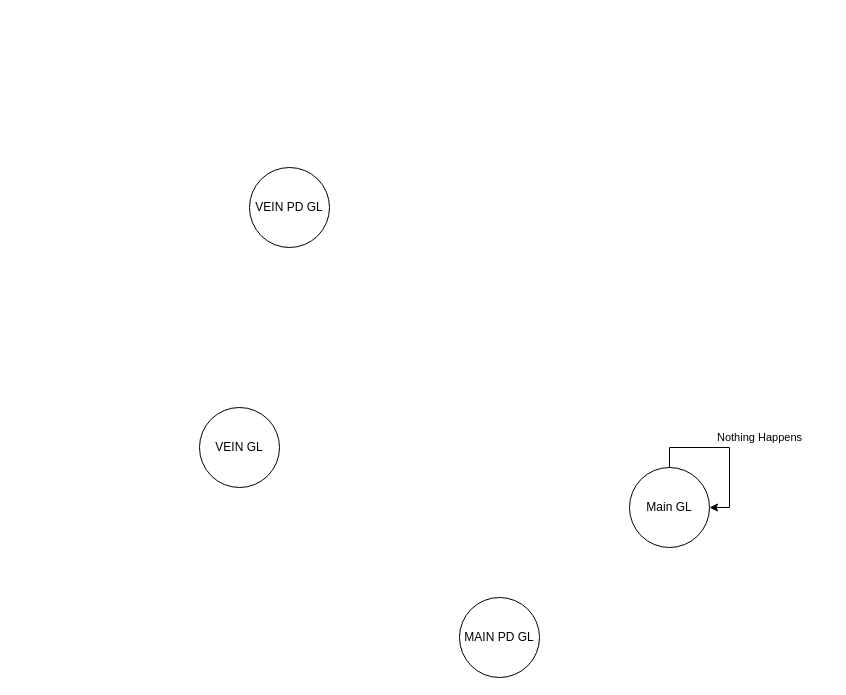
Above: traffic-light-fsm.drawio in grrizos/Traffic_light (draw.io), before the change. Source tidied: cells renumbered, new cells numbered last; positions are measured from the earlier drawing's top-left corner, leaving out a move shared by most shapes. Both pictures are drawn from the tidied source at 100%, with x=0, y=0 at pixel (199, 167).
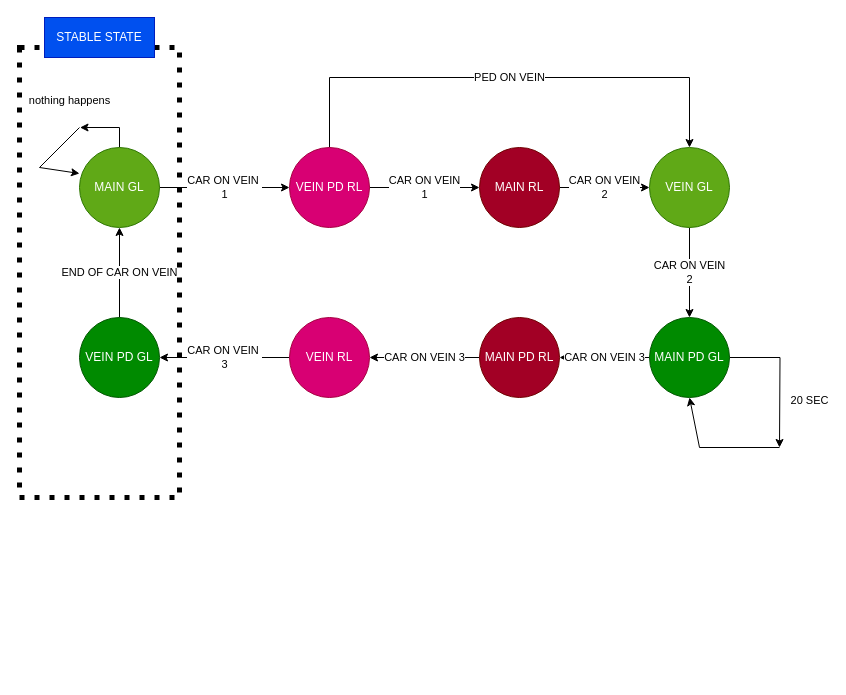
The same page after the edit.

Change to the diagram source:
```diff
@@
-<mxGraphModel>
+<mxGraphModel background="light-dark(#FFFFFF,#0D0B12)">
@@
+    <mxCell id="7" value="CAR ON VEIN&amp;nbsp;&lt;div&gt;1&lt;/div&gt;" style="edgeStyle=orthogonalEdgeStyle;rounded=0;jettySize=auto;html=1;entryX=0;entryY=0.5;entryDx=0;entryDy=0;" parent="1" edge="1" source="2" target="19">
+      <mxGeometry relative="1" as="geometry">
+        <Array as="points">
+          <mxPoint x="10" y="20" />
+          <mxPoint x="10" y="20" />
+        </Array>
+      </mxGeometry>
+    </mxCell>
+    <mxCell id="8" style="edgeStyle=orthogonalEdgeStyle;rounded=0;jettySize=auto;html=1;" parent="1" edge="1" source="2">
+      <mxGeometry relative="1" as="geometry">
+        <mxPoint x="-120" y="-40" as="targetPoint" />
+      </mxGeometry>
+    </mxCell>
-    <mxCell id="2" value="Main GL" style="ellipse;whiteSpace=wrap;html=1;rotation=0;" parent="1" vertex="1">
-      <mxGeometry x="430" y="300" width="80" height="80" as="geometry" />
+    <mxCell id="2" value="MAIN GL" style="ellipse;whiteSpace=wrap;html=1;rotation=0;fillColor=#60a917;fontColor=#ffffff;strokeColor=#2D7600;" parent="1" vertex="1">
+      <mxGeometry x="-120" y="-20" width="80" height="80" as="geometry" />
     </mxCell>
-    <mxCell id="3" value="Nothing Happens" style="edgeStyle=orthogonalEdgeStyle;rounded=0;orthogonalLoop=1;jettySize=auto;html=1;entryX=1;entryY=0.5;entryDx=0;entryDy=0;" parent="1" edge="1" source="2" target="2">
-      <mxGeometry y="32" relative="1" as="geometry">
-        <mxPoint x="-2" y="-10" as="offset" />
-      </mxGeometry>
-    </mxCell>
+    <mxCell id="9" value="CAR ON VEIN&lt;div&gt;2&lt;/div&gt;" style="edgeStyle=orthogonalEdgeStyle;rounded=0;jettySize=auto;html=1;" parent="1" edge="1" source="4" target="6">
+      <mxGeometry relative="1" as="geometry" />
+    </mxCell>
-    <mxCell id="4" value="VEIN GL" style="ellipse;whiteSpace=wrap;html=1;" parent="1" vertex="1">
-      <mxGeometry y="240" width="80" height="80" as="geometry" />
+    <mxCell id="4" value="VEIN GL" style="ellipse;whiteSpace=wrap;html=1;fillColor=#60a917;fontColor=#ffffff;strokeColor=#2D7600;" parent="1" vertex="1">
+      <mxGeometry x="450" y="-20" width="80" height="80" as="geometry" />
     </mxCell>
+    <mxCell id="10" value="END OF CAR ON VEIN" style="edgeStyle=orthogonalEdgeStyle;rounded=0;jettySize=auto;html=1;entryX=0.5;entryY=1;entryDx=0;entryDy=0;" parent="1" edge="1" source="5" target="2">
+      <mxGeometry relative="1" as="geometry" />
+    </mxCell>
-    <mxCell id="5" value="VEIN PD GL" style="ellipse;whiteSpace=wrap;html=1;" parent="1" vertex="1">
-      <mxGeometry x="50" width="80" height="80" as="geometry" />
+    <mxCell id="5" value="VEIN PD GL" style="ellipse;whiteSpace=wrap;html=1;fillColor=#008a00;fontColor=#ffffff;strokeColor=#005700;" parent="1" vertex="1">
+      <mxGeometry x="-120" y="150" width="80" height="80" as="geometry" />
     </mxCell>
+    <mxCell id="11" value="20 SEC&lt;div&gt;&lt;br&gt;&lt;/div&gt;" style="edgeStyle=orthogonalEdgeStyle;rounded=0;jettySize=auto;html=1;" parent="1" edge="1" source="6">
+      <mxGeometry x="0.43" y="30" relative="1" as="geometry">
+        <mxPoint x="580" y="280" as="targetPoint" />
+      </mxGeometry>
+    </mxCell>
+    <mxCell id="12" value="CAR ON VEIN 3" style="edgeStyle=orthogonalEdgeStyle;rounded=0;jettySize=auto;html=1;entryX=1;entryY=0.5;entryDx=0;entryDy=0;" parent="1" edge="1" source="6" target="16">
+      <mxGeometry relative="1" as="geometry" />
+    </mxCell>
-    <mxCell id="6" value="MAIN PD GL" style="ellipse;whiteSpace=wrap;html=1;" parent="1" vertex="1">
-      <mxGeometry x="260" y="430" width="80" height="80" as="geometry" />
+    <mxCell id="6" value="MAIN PD GL" style="ellipse;whiteSpace=wrap;html=1;fillColor=#008a00;fontColor=#ffffff;strokeColor=#005700;" parent="1" vertex="1">
+      <mxGeometry x="450" y="150" width="80" height="80" as="geometry" />
     </mxCell>
+    <mxCell id="13" value="CAR ON VEIN&lt;div&gt;2&lt;/div&gt;" style="edgeStyle=orthogonalEdgeStyle;rounded=0;jettySize=auto;html=1;" parent="1" edge="1" source="14" target="4">
+      <mxGeometry relative="1" as="geometry" />
+    </mxCell>
+    <mxCell id="14" value="MAIN RL" style="ellipse;whiteSpace=wrap;html=1;fillColor=#a20025;fontColor=#ffffff;strokeColor=#6F0000;" parent="1" vertex="1">
+      <mxGeometry x="280" y="-20" width="80" height="80" as="geometry" />
+    </mxCell>
+    <mxCell id="15" value="CAR ON VEIN 3" style="edgeStyle=orthogonalEdgeStyle;rounded=0;jettySize=auto;html=1;entryX=1;entryY=0.5;entryDx=0;entryDy=0;" parent="1" edge="1" source="16" target="21">
+      <mxGeometry relative="1" as="geometry" />
+    </mxCell>
+    <mxCell id="16" value="MAIN PD RL" style="ellipse;whiteSpace=wrap;html=1;fillColor=#a20025;fontColor=#ffffff;strokeColor=#6F0000;" parent="1" vertex="1">
+      <mxGeometry x="280" y="150" width="80" height="80" as="geometry" />
+    </mxCell>
+    <mxCell id="17" value="CAR ON VEIN&lt;div&gt;1&lt;/div&gt;" style="edgeStyle=orthogonalEdgeStyle;rounded=0;jettySize=auto;html=1;entryX=0;entryY=0.5;entryDx=0;entryDy=0;" parent="1" edge="1" source="19" target="14">
+      <mxGeometry relative="1" as="geometry" />
+    </mxCell>
+    <mxCell id="18" value="PED ON VEIN" style="edgeStyle=orthogonalEdgeStyle;rounded=0;jettySize=auto;html=1;entryX=0.5;entryY=0;entryDx=0;entryDy=0;" parent="1" edge="1" source="19" target="4">
+      <mxGeometry relative="1" as="geometry">
+        <Array as="points">
+          <mxPoint x="130" y="-90" />
+          <mxPoint x="490" y="-90" />
+        </Array>
+      </mxGeometry>
+    </mxCell>
+    <mxCell id="19" value="VEIN PD RL" style="ellipse;whiteSpace=wrap;html=1;fillColor=#d80073;fontColor=#ffffff;strokeColor=#A50040;" parent="1" vertex="1">
+      <mxGeometry x="90" y="-20" width="80" height="80" as="geometry" />
+    </mxCell>
+    <mxCell id="20" value="CAR ON VEIN&amp;nbsp;&lt;div&gt;3&lt;/div&gt;" style="edgeStyle=orthogonalEdgeStyle;rounded=0;jettySize=auto;html=1;" parent="1" edge="1" source="21" target="5">
+      <mxGeometry relative="1" as="geometry" />
+    </mxCell>
+    <mxCell id="21" value="VEIN RL" style="ellipse;whiteSpace=wrap;html=1;fillColor=#d80073;fontColor=#ffffff;strokeColor=#A50040;" parent="1" vertex="1">
+      <mxGeometry x="90" y="150" width="80" height="80" as="geometry" />
+    </mxCell>
+    <mxCell id="22" value="nothing happens&lt;div&gt;&lt;br&gt;&lt;/div&gt;" style="endArrow=classic;html=1;rounded=0;entryX=0;entryY=0.325;entryDx=0;entryDy=0;entryPerimeter=0;" parent="1" edge="1" target="2">
+      <mxGeometry x="-1" y="-22" relative="1" as="geometry">
+        <mxPoint x="-120" y="-40" as="sourcePoint" />
+        <Array as="points">
+          <mxPoint x="-160" />
+        </Array>
+        <mxPoint x="6" y="-4" as="offset" />
+      </mxGeometry>
+    </mxCell>
+    <mxCell id="23" style="endArrow=classic;html=1;rounded=0;entryX=0.5;entryY=1;entryDx=0;entryDy=0;" parent="1" edge="1" target="6">
+      <mxGeometry relative="1" as="geometry">
+        <mxPoint x="580" y="280" as="sourcePoint" />
+        <Array as="points">
+          <mxPoint x="500" y="280" />
+        </Array>
+      </mxGeometry>
+    </mxCell>
+    <mxCell id="24" style="rounded=0;whiteSpace=wrap;html=1;fillColor=none;dashed=1;dashPattern=1 2;strokeColor=light-dark(#000000,#660033);strokeWidth=5;" parent="1" vertex="1">
+      <mxGeometry x="-180" y="-120" width="160" height="450" as="geometry" />
+    </mxCell>
+    <mxCell id="25" value="STABLE STATE" style="text;html=1;whiteSpace=wrap;strokeColor=#001DBC;fillColor=#0050ef;align=center;verticalAlign=middle;rounded=0;fontColor=#ffffff;" parent="1" vertex="1">
+      <mxGeometry x="-155" y="-150" width="110" height="40" as="geometry" />
+    </mxCell>
```
